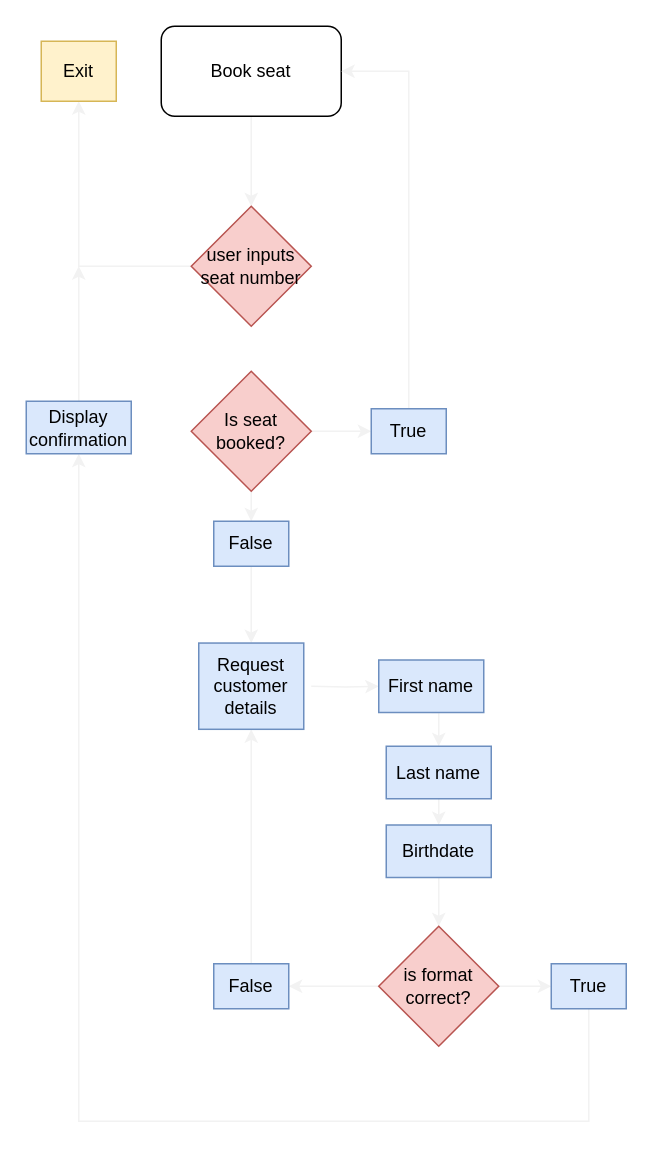
Miishri/Programming1_Projekt2 keeps this draw.io diagram as Untitled Diagram.drawio. Above is the earlier version. Source tidied: cells renumbered, new cells numbered last; positions are measured from the earlier drawing's top-left corner, leaving out a move shared by most shapes. Both pictures are drawn from the tidied source at 150%, with x=0, y=0 at pixel (26, 26).
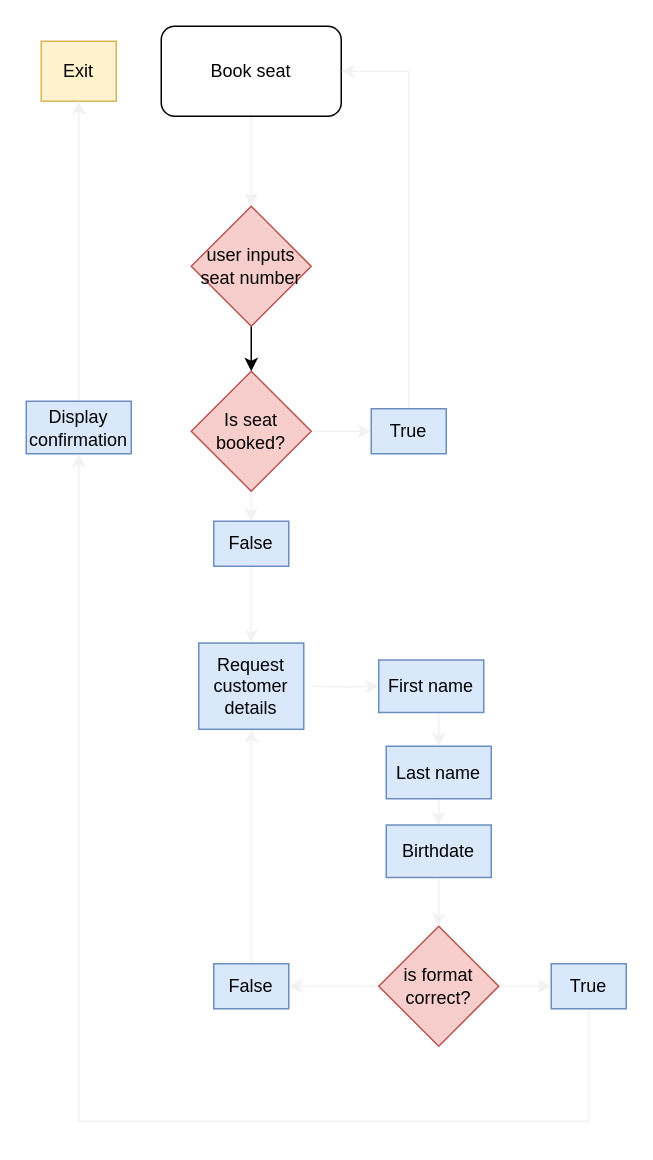
After the change.

Unchanged cells that the change refers to:
```xml
<mxCell id="6" value="Is seat booked?" style="rhombus;whiteSpace=wrap;html=1;fillColor=#f8cecc;strokeColor=#b85450;" parent="1" vertex="1">
  <mxGeometry x="110" y="230" width="80" height="80" as="geometry" />
</mxCell>
<mxCell id="13" value="user inputs seat number" style="rhombus;whiteSpace=wrap;html=1;fillColor=#f8cecc;strokeColor=#b85450;" parent="1" vertex="1">
  <mxGeometry x="110" y="120" width="80" height="80" as="geometry" />
</mxCell>
<mxCell id="14" value="Exit" style="whiteSpace=wrap;html=1;fillColor=#fff2cc;strokeColor=#d6b656;" parent="1" vertex="1">
  <mxGeometry x="10" y="10" width="50" height="40" as="geometry" />
</mxCell>
<mxCell id="29" value="Display confirmation" style="rounded=0;whiteSpace=wrap;html=1;fillColor=#dae8fc;strokeColor=#6c8ebf;" parent="1" vertex="1">
  <mxGeometry y="250" width="70" height="35" as="geometry" />
</mxCell>
```

What changed in the source:
```diff
@@
-    <mxCell id="12" style="edgeStyle=orthogonalEdgeStyle;rounded=0;jettySize=auto;html=1;strokeColor=#F2F2F2;" parent="1" edge="1" source="13" target="14">
-      <mxGeometry relative="1" as="geometry" />
-    </mxCell>
+    <mxCell id="31" style="edgeStyle=orthogonalEdgeStyle;rounded=0;jettySize=auto;html=1;exitX=0.5;exitY=1;exitDx=0;exitDy=0;entryX=0.5;entryY=0;entryDx=0;entryDy=0;" parent="1" edge="1" source="13" target="6">
+      <mxGeometry relative="1" as="geometry" />
+    </mxCell>
@@
-    <mxCell id="28" style="edgeStyle=orthogonalEdgeStyle;rounded=0;jettySize=auto;html=1;strokeColor=#F2F2F2;" parent="1" edge="1" source="29">
-      <mxGeometry relative="1" as="geometry">
-        <mxPoint x="35" y="160" as="targetPoint" />
-      </mxGeometry>
+    <mxCell id="28" style="edgeStyle=orthogonalEdgeStyle;rounded=0;jettySize=auto;html=1;strokeColor=#F2F2F2;entryX=0.5;entryY=1;entryDx=0;entryDy=0;" parent="1" edge="1" source="29" target="14">
+      <mxGeometry relative="1" as="geometry" />
     </mxCell>
```
